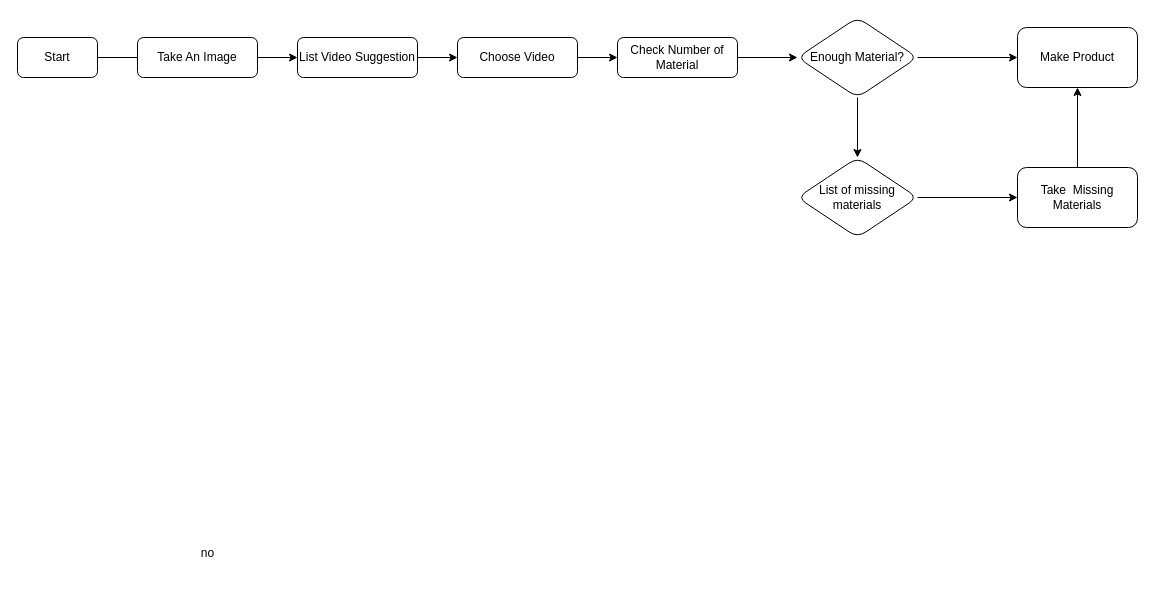
This is Untitled Diagram.drawio from DngBack/FaceRecog, a draw.io file, before an edit. Source tidied: cells renumbered, new cells numbered last; positions are measured from the earlier drawing's top-left corner, leaving out a move shared by most shapes. Both pictures are drawn from the tidied source at 100%, with x=0, y=0 at pixel (17, 17).
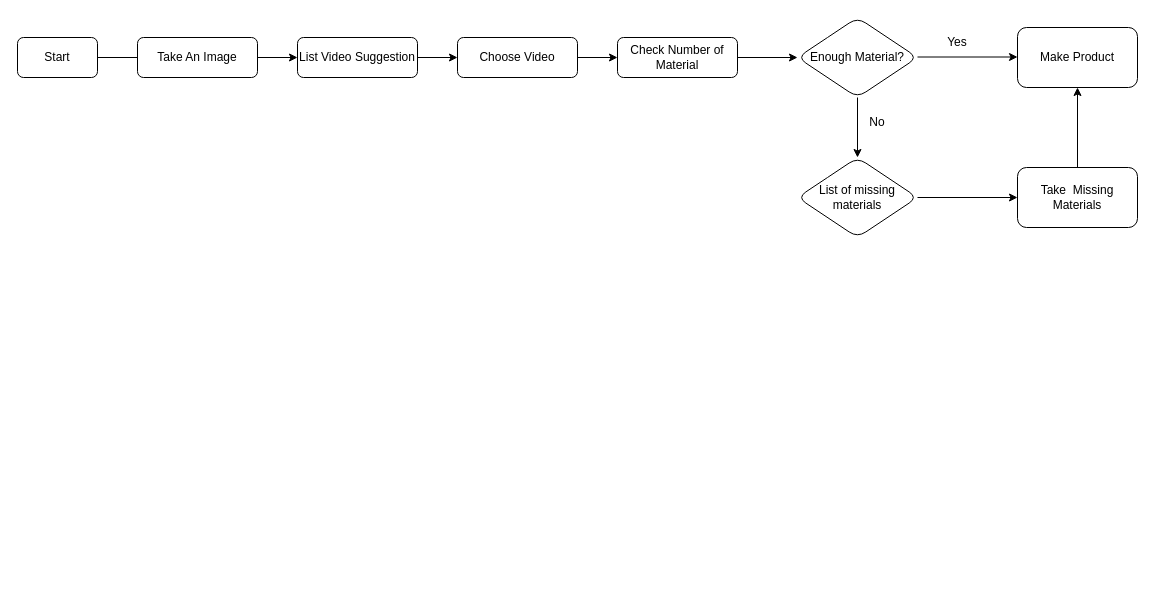
The same page after the edit.

Commit message:
User_Flow

The change refers to these unchanged cells:
```xml
<mxCell id="14" value="Enough Material?" style="rhombus;whiteSpace=wrap;html=1;rounded=1;glass=0;strokeWidth=1;shadow=0;" parent="1" vertex="1">
  <mxGeometry x="780" width="120" height="80" as="geometry" />
</mxCell>
<mxCell id="15" value="Make Product" style="whiteSpace=wrap;html=1;rounded=1;glass=0;strokeWidth=1;shadow=0;" parent="1" vertex="1">
  <mxGeometry x="1000" y="10" width="120" height="60" as="geometry" />
</mxCell>
```

What changed in the source:
```diff
@@
-    <mxCell id="12" style="edgeStyle=orthogonalEdgeStyle;rounded=0;jettySize=auto;html=1;" parent="1" edge="1" source="14" target="15">
-      <mxGeometry relative="1" as="geometry" />
+    <mxCell id="12" style="edgeStyle=orthogonalEdgeStyle;rounded=0;orthogonalLoop=1;jettySize=auto;html=1;fontFamily=Helvetica;" parent="1" edge="1">
+      <mxGeometry relative="1" as="geometry">
+        <mxPoint x="900" y="39.5" as="sourcePoint" />
+        <mxPoint x="1000" y="39.5" as="targetPoint" />
+      </mxGeometry>
     </mxCell>
@@
-    <mxCell id="18" value="no&lt;div&gt;&lt;br/&gt;&lt;/div&gt;" style="text;html=1;align=center;verticalAlign=middle;strokeColor=none;fillColor=none;" parent="1" vertex="1">
-      <mxGeometry x="170" y="523" width="40" height="40" as="geometry" />
-    </mxCell>
@@
+    <mxCell id="21" value="Yes" style="text;html=1;align=center;verticalAlign=middle;whiteSpace=wrap;rounded=0;" parent="1" vertex="1">
+      <mxGeometry x="910" y="10" width="60" height="30" as="geometry" />
+    </mxCell>
+    <mxCell id="22" value="No" style="text;html=1;align=center;verticalAlign=middle;whiteSpace=wrap;rounded=0;" parent="1" vertex="1">
+      <mxGeometry x="830" y="90" width="60" height="30" as="geometry" />
+    </mxCell>
```
